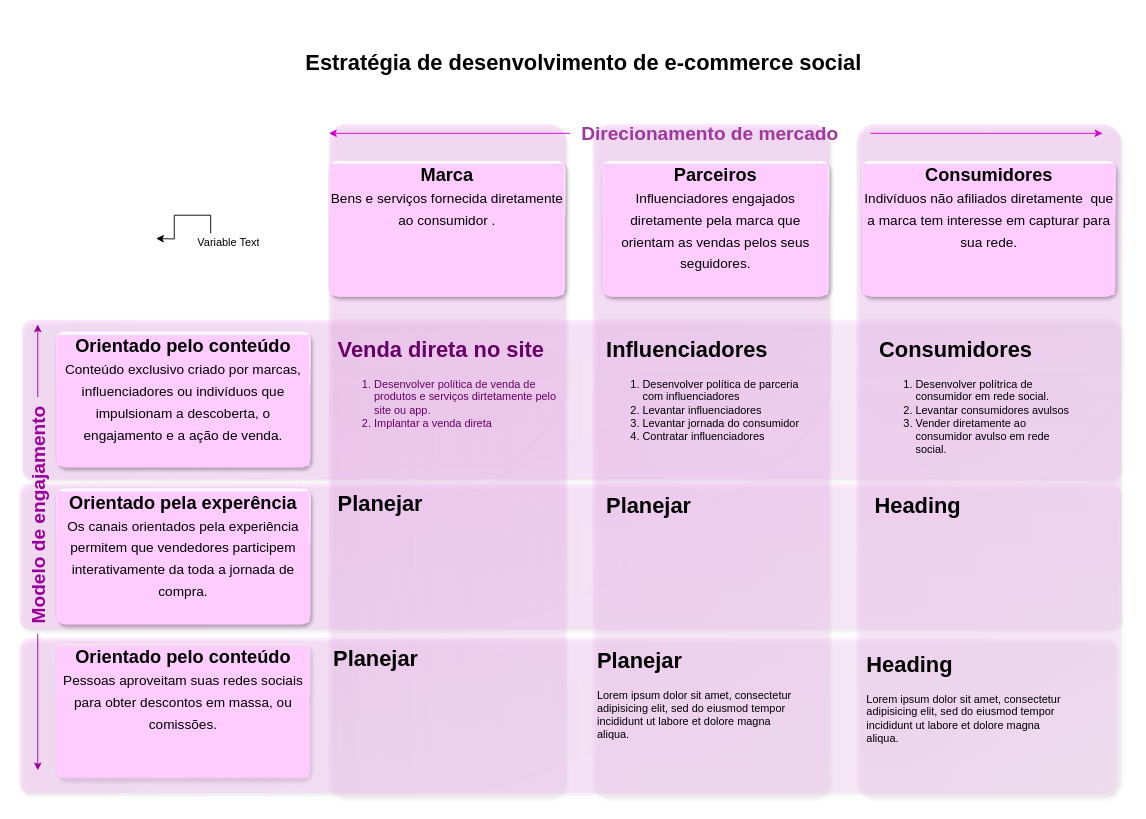
Before: diagramas/EstrategiaMarca.drawio in BrunoMRTZ/labcx, a draw.io diagram. Source tidied: cells renumbered, new cells numbered last; positions are measured from the earlier drawing's top-left corner, leaving out a move shared by most shapes. Both pictures are drawn from the tidied source at 91%, with x=0, y=0 at pixel (-81, -150).
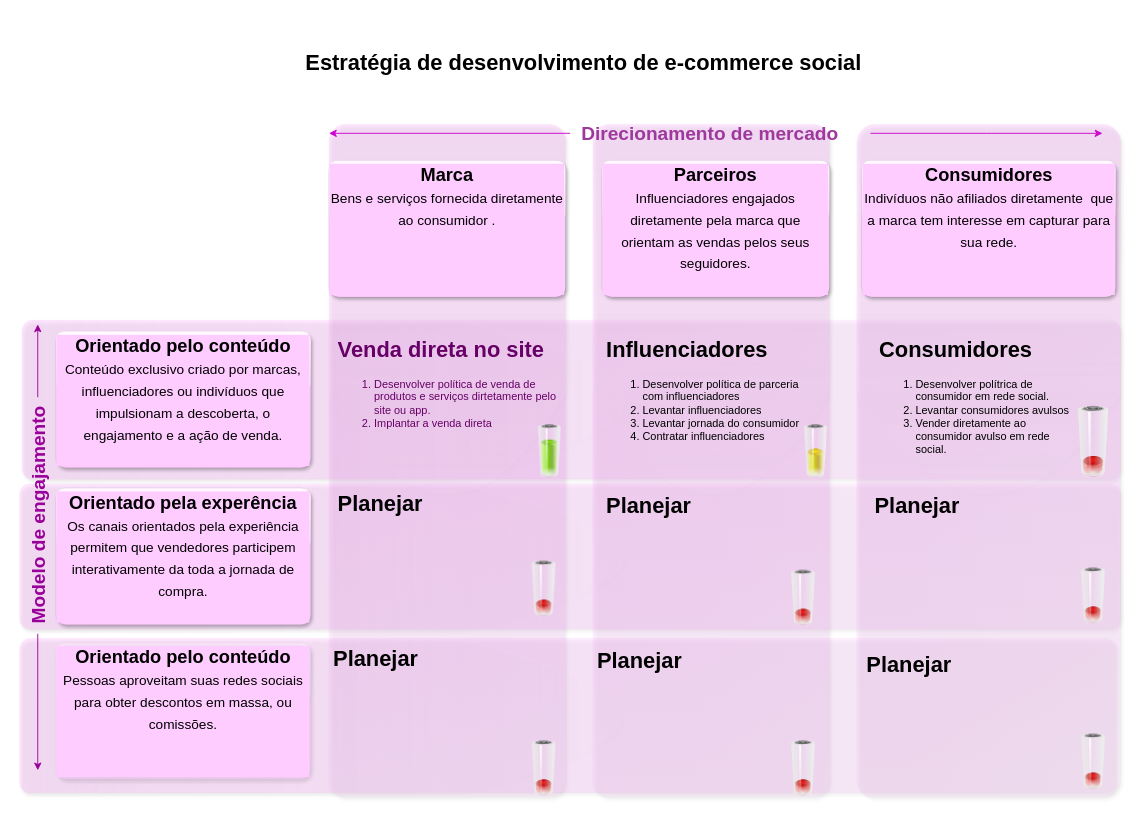
The same diagram, later.

Change to the diagram source:
```diff
@@
-    <mxCell id="26" value="&lt;h1&gt;Heading&lt;/h1&gt;&lt;p&gt;&lt;br&gt;&lt;/p&gt;" style="text;html=1;strokeColor=none;fillColor=none;spacing=5;spacingTop=-20;whiteSpace=wrap;overflow=hidden;rounded=0;" parent="1" vertex="1">
+    <mxCell id="26" value="&lt;h1&gt;Planejar&lt;/h1&gt;" style="text;html=1;strokeColor=none;fillColor=none;spacing=5;spacingTop=-20;whiteSpace=wrap;overflow=hidden;rounded=0;" parent="1" vertex="1">
       <mxGeometry x="1045" y="701" width="230" height="152.5" as="geometry" />
     </mxCell>
@@
-    <mxCell id="28" value="&lt;h1&gt;Planejar&lt;/h1&gt;&lt;p&gt;Lorem ipsum dolor sit amet, consectetur adipisicing elit, sed do eiusmod tempor incididunt ut labore et dolore magna aliqua.&lt;/p&gt;" style="text;html=1;strokeColor=none;fillColor=none;spacing=5;spacingTop=-20;whiteSpace=wrap;overflow=hidden;rounded=0;" parent="1" vertex="1">
+    <mxCell id="28" value="&lt;h1&gt;Planejar&lt;/h1&gt;&lt;p&gt;&lt;br&gt;&lt;/p&gt;" style="text;html=1;strokeColor=none;fillColor=none;spacing=5;spacingTop=-20;whiteSpace=wrap;overflow=hidden;rounded=0;" parent="1" vertex="1">
       <mxGeometry x="740" y="871" width="230" height="152.5" as="geometry" />
     </mxCell>
-    <mxCell id="29" value="&lt;h1&gt;Heading&lt;/h1&gt;&lt;p&gt;Lorem ipsum dolor sit amet, consectetur adipisicing elit, sed do eiusmod tempor incididunt ut labore et dolore magna aliqua.&lt;/p&gt;" style="text;html=1;strokeColor=none;fillColor=none;spacing=5;spacingTop=-20;whiteSpace=wrap;overflow=hidden;rounded=0;" parent="1" vertex="1">
+    <mxCell id="29" value="&lt;h1&gt;Planejar&lt;/h1&gt;" style="text;html=1;strokeColor=none;fillColor=none;spacing=5;spacingTop=-20;whiteSpace=wrap;overflow=hidden;rounded=0;" parent="1" vertex="1">
       <mxGeometry x="1035.5" y="874.8" width="230" height="152.5" as="geometry" />
     </mxCell>
-    <mxCell id="30" style="edgeStyle=orthogonalEdgeStyle;rounded=0;jettySize=auto;html=1;exitX=0.25;exitY=0;exitDx=0;exitDy=0;" parent="1" edge="1" source="31">
-      <mxGeometry relative="1" as="geometry">
-        <mxPoint x="260" y="426.6" as="targetPoint" />
-      </mxGeometry>
-    </mxCell>
-    <object id="31" label="%name% Text" name="Variable" placeholders="1">
-      <mxCell style="text;html=1;strokeColor=none;fillColor=none;align=center;verticalAlign=middle;whiteSpace=wrap;overflow=hidden;" parent="1" vertex="1">
-        <mxGeometry x="300" y="421" width="80" height="20" as="geometry" />
-      </mxCell>
-    </object>
+    <mxCell id="32" style="image;html=1;image=img/lib/clip_art/general/Battery_50_128x128.png;" parent="1" vertex="1">
+      <mxGeometry x="955" y="631" width="60" height="60" as="geometry" />
+    </mxCell>
+    <mxCell id="33" style="image;html=1;image=img/lib/clip_art/general/Battery_0_128x128.png;" parent="1" vertex="1">
+      <mxGeometry x="1250" y="611" width="80" height="80" as="geometry" />
+    </mxCell>
+    <mxCell id="34" style="image;html=1;image=img/lib/clip_art/general/Battery_75_128x128.png;" parent="1" vertex="1">
+      <mxGeometry x="660" y="631" width="65" height="60" as="geometry" />
+    </mxCell>
+    <mxCell id="35" style="image;html=1;image=img/lib/clip_art/general/Battery_0_128x128.png;" parent="1" vertex="1">
+      <mxGeometry x="942.5" y="791" width="57.5" height="62.5" as="geometry" />
+    </mxCell>
+    <mxCell id="36" style="image;html=1;image=img/lib/clip_art/general/Battery_0_128x128.png;" parent="1" vertex="1">
+      <mxGeometry x="657.5" y="978.5" width="57.5" height="62.5" as="geometry" />
+    </mxCell>
+    <mxCell id="37" style="image;html=1;image=img/lib/clip_art/general/Battery_0_128x128.png;" parent="1" vertex="1">
+      <mxGeometry x="942.5" y="978.5" width="57.5" height="62.5" as="geometry" />
+    </mxCell>
+    <mxCell id="38" style="image;html=1;image=img/lib/clip_art/general/Battery_0_128x128.png;" parent="1" vertex="1">
+      <mxGeometry x="1261.2" y="971" width="57.5" height="62.5" as="geometry" />
+    </mxCell>
+    <mxCell id="39" style="image;html=1;image=img/lib/clip_art/general/Battery_0_128x128.png;" parent="1" vertex="1">
+      <mxGeometry x="1261.2" y="788.5" width="57.5" height="62.5" as="geometry" />
+    </mxCell>
+    <mxCell id="40" style="image;html=1;image=img/lib/clip_art/general/Battery_0_128x128.png;" parent="1" vertex="1">
+      <mxGeometry x="657.5" y="781" width="57.5" height="62.5" as="geometry" />
+    </mxCell>
```
